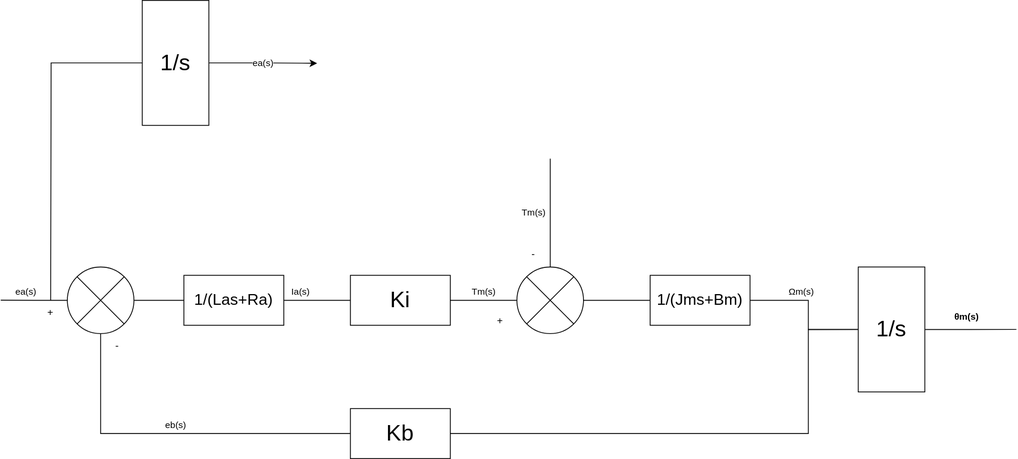
Above: schema_bloc_S5_APP3.svg in cdg66/GE-S5-APP3 (draw.io), before the change. Source tidied: cells renumbered, new cells last; positions are measured from the earlier drawing's top-left corner, leaving out a move shared by most shapes. The source it was exported from:
```xml
<mxGraphModel>
  <root>
    <mxCell id="0" />
    <mxCell id="1" parent="0" />
    <mxCell id="2" style="edgeStyle=orthogonalEdgeStyle;rounded=0;jettySize=auto;html=1;exitX=0;exitY=0.5;exitDx=0;exitDy=0;endArrow=none;endFill=0;" parent="1" edge="1" source="4">
      <mxGeometry relative="1" as="geometry">
        <mxPoint x="60" y="360" as="targetPoint" />
      </mxGeometry>
    </mxCell>
    <mxCell id="3" value="ea(s)" style="edgeStyle=orthogonalEdgeStyle;rounded=0;jettySize=auto;html=1;exitX=1;exitY=0.5;exitDx=0;exitDy=0;" parent="1" edge="1" source="4">
      <mxGeometry relative="1" as="geometry">
        <mxPoint x="380" y="75.5" as="targetPoint" />
      </mxGeometry>
    </mxCell>
    <mxCell id="4" value="&lt;font style=&quot;font-size: 27px;&quot;&gt;1/s&lt;/font&gt;" style="rounded=0;whiteSpace=wrap;html=1;" parent="1" vertex="1">
      <mxGeometry x="170" width="80" height="150" as="geometry" />
    </mxCell>
    <mxCell id="5" style="group;" parent="1" vertex="1">
      <mxGeometry y="190" width="1220" height="360" as="geometry" />
    </mxCell>
    <mxCell id="6" value="&lt;span class=&quot;ILfuVd&quot; lang=&quot;fr&quot;&gt;&lt;/span&gt;&lt;span class=&quot;ILfuVd&quot; lang=&quot;fr&quot;&gt;&lt;/span&gt;&lt;span class=&quot;ILfuVd&quot; lang=&quot;fr&quot;&gt;&lt;span class=&quot;hgKElc&quot;&gt;&lt;b&gt;θm(s)&lt;/b&gt;&lt;/span&gt;&lt;/span&gt;" style="edgeStyle=orthogonalEdgeStyle;rounded=0;jettySize=auto;html=1;endArrow=none;endFill=0;" parent="5" edge="1" source="7">
      <mxGeometry x="-0.09" y="15" relative="1" as="geometry">
        <mxPoint x="1220" y="205" as="targetPoint" />
      </mxGeometry>
    </mxCell>
    <mxCell id="7" value="&lt;font style=&quot;font-size: 27px;&quot;&gt;1/s&lt;/font&gt;" style="rounded=0;whiteSpace=wrap;html=1;" parent="5" vertex="1">
      <mxGeometry x="1030" y="130" width="80" height="150" as="geometry" />
    </mxCell>
    <mxCell id="8" value="&lt;div&gt;ea(s)&lt;/div&gt;" style="edgeStyle=orthogonalEdgeStyle;rounded=0;jettySize=auto;html=1;exitX=0;exitY=0.5;exitDx=0;exitDy=0;endArrow=none;endFill=0;" parent="5" edge="1" source="9">
      <mxGeometry x="0.24" y="-10" relative="1" as="geometry">
        <mxPoint y="169.9" as="targetPoint" />
      </mxGeometry>
    </mxCell>
    <mxCell id="9" style="shape=sumEllipse;perimeter=ellipsePerimeter;whiteSpace=wrap;html=1;backgroundOutline=1;" parent="5" vertex="1">
      <mxGeometry x="80" y="130" width="80" height="80" as="geometry" />
    </mxCell>
    <mxCell id="10" value="&lt;div&gt;eb(s)&lt;/div&gt;" style="edgeStyle=orthogonalEdgeStyle;rounded=0;jettySize=auto;html=1;endArrow=none;endFill=0;" parent="5" edge="1" source="11" target="9">
      <mxGeometry y="-10" relative="1" as="geometry" />
    </mxCell>
    <mxCell id="11" value="&lt;font style=&quot;font-size: 27px;&quot;&gt;Kb&lt;/font&gt;" style="rounded=0;whiteSpace=wrap;html=1;" parent="5" vertex="1">
      <mxGeometry x="420" y="300" width="120" height="60" as="geometry" />
    </mxCell>
    <mxCell id="12" style="edgeStyle=orthogonalEdgeStyle;rounded=0;jettySize=auto;html=1;exitX=0;exitY=0.5;exitDx=0;exitDy=0;entryX=1;entryY=0.5;entryDx=0;entryDy=0;startArrow=none;startFill=0;endArrow=none;endFill=0;" parent="5" edge="1" source="7" target="11">
      <mxGeometry relative="1" as="geometry">
        <Array as="points">
          <mxPoint x="970" y="205" />
          <mxPoint x="970" y="330" />
        </Array>
      </mxGeometry>
    </mxCell>
    <mxCell id="13" value="&lt;font style=&quot;font-size: 27px;&quot;&gt;Ki&lt;/font&gt;" style="rounded=0;whiteSpace=wrap;html=1;" parent="5" vertex="1">
      <mxGeometry x="420" y="140" width="120" height="60" as="geometry" />
    </mxCell>
    <mxCell id="14" value="Tm(s)" style="edgeStyle=orthogonalEdgeStyle;rounded=0;jettySize=auto;html=1;endArrow=none;endFill=0;" parent="5" edge="1" source="15">
      <mxGeometry x="-0.01" y="-20" relative="1" as="geometry">
        <mxPoint x="660" as="targetPoint" />
        <mxPoint x="-20" y="-20" as="offset" />
      </mxGeometry>
    </mxCell>
    <mxCell id="15" style="shape=sumEllipse;perimeter=ellipsePerimeter;whiteSpace=wrap;html=1;backgroundOutline=1;" parent="5" vertex="1">
      <mxGeometry x="620" y="130" width="80" height="80" as="geometry" />
    </mxCell>
    <mxCell id="16" value="Tm(s)" style="edgeStyle=orthogonalEdgeStyle;rounded=0;jettySize=auto;html=1;endArrow=none;endFill=0;" parent="5" edge="1" source="13" target="15">
      <mxGeometry y="10" relative="1" as="geometry" />
    </mxCell>
    <mxCell id="17" value="&lt;span class=&quot;ILfuVd&quot; lang=&quot;fr&quot;&gt;&lt;span class=&quot;hgKElc&quot;&gt;&amp;nbsp;&lt;/span&gt;&lt;/span&gt;&lt;span class=&quot;ILfuVd&quot; lang=&quot;fr&quot;&gt;&lt;span class=&quot;hgKElc&quot;&gt;Ωm(s) &lt;/span&gt;&lt;/span&gt;" style="edgeStyle=orthogonalEdgeStyle;rounded=0;jettySize=auto;html=1;endArrow=none;endFill=0;" parent="5" edge="1" source="18" target="7">
      <mxGeometry x="-0.27" y="10" relative="1" as="geometry">
        <Array as="points">
          <mxPoint x="970" y="170" />
          <mxPoint x="970" y="205" />
        </Array>
      </mxGeometry>
    </mxCell>
    <mxCell id="18" value="&lt;font style=&quot;font-size: 19px;&quot;&gt;1/(Jms+Bm)&lt;/font&gt;" style="rounded=0;whiteSpace=wrap;html=1;" parent="5" vertex="1">
      <mxGeometry x="780" y="140" width="120" height="60" as="geometry" />
    </mxCell>
    <mxCell id="19" style="edgeStyle=orthogonalEdgeStyle;rounded=0;jettySize=auto;html=1;endArrow=none;endFill=0;" parent="5" edge="1" source="15" target="18">
      <mxGeometry relative="1" as="geometry" />
    </mxCell>
    <mxCell id="20" style="edgeStyle=orthogonalEdgeStyle;rounded=0;jettySize=auto;html=1;exitX=0;exitY=0.5;exitDx=0;exitDy=0;endArrow=none;endFill=0;" parent="5" edge="1" source="22" target="9">
      <mxGeometry relative="1" as="geometry" />
    </mxCell>
    <mxCell id="21" value="Ia(s)" style="edgeStyle=orthogonalEdgeStyle;rounded=0;jettySize=auto;html=1;exitX=1;exitY=0.5;exitDx=0;exitDy=0;entryX=0;entryY=0.5;entryDx=0;entryDy=0;endArrow=none;endFill=0;" parent="5" edge="1" source="22" target="13">
      <mxGeometry x="-0.5" y="10" relative="1" as="geometry" />
    </mxCell>
    <mxCell id="22" value="&lt;font style=&quot;font-size: 19px;&quot;&gt;1/(Las+Ra)&lt;/font&gt;" style="rounded=0;whiteSpace=wrap;html=1;" parent="5" vertex="1">
      <mxGeometry x="220" y="140" width="120" height="60" as="geometry" />
    </mxCell>
    <mxCell id="23" value="+" style="text;html=1;strokeColor=none;fillColor=none;align=center;verticalAlign=middle;whiteSpace=wrap;rounded=0;" parent="5" vertex="1">
      <mxGeometry x="30" y="170" width="60" height="30" as="geometry" />
    </mxCell>
    <mxCell id="24" value="-" style="text;html=1;strokeColor=none;fillColor=none;align=center;verticalAlign=middle;whiteSpace=wrap;rounded=0;" parent="5" vertex="1">
      <mxGeometry x="110" y="210" width="60" height="30" as="geometry" />
    </mxCell>
    <mxCell id="25" value="+" style="text;html=1;strokeColor=none;fillColor=none;align=center;verticalAlign=middle;whiteSpace=wrap;rounded=0;" parent="5" vertex="1">
      <mxGeometry x="570" y="180" width="60" height="30" as="geometry" />
    </mxCell>
    <mxCell id="26" value="-" style="text;html=1;strokeColor=none;fillColor=none;align=center;verticalAlign=middle;whiteSpace=wrap;rounded=0;" parent="5" vertex="1">
      <mxGeometry x="610" y="100" width="60" height="30" as="geometry" />
    </mxCell>
  </root>
</mxGraphModel>
```
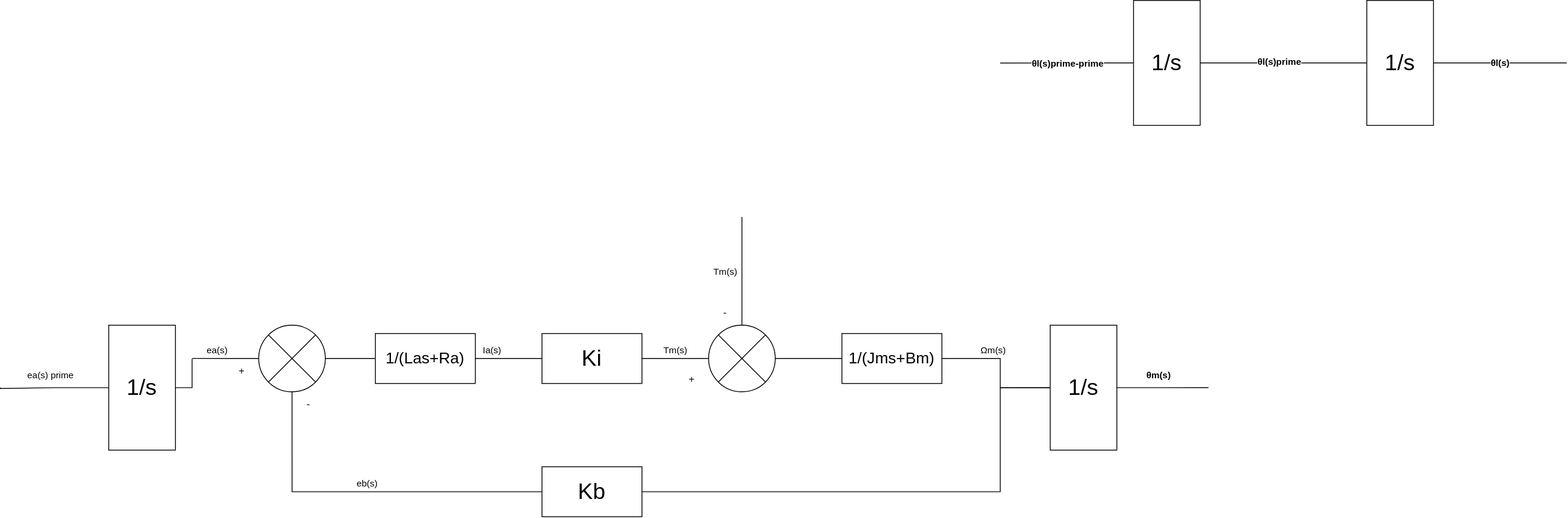
After the commit.

Diff of the diagram source:
```diff
@@ -2,21 +2,25 @@
   <root>
     <mxCell id="0" />
     <mxCell id="1" parent="0" />
-    <mxCell id="2" style="edgeStyle=orthogonalEdgeStyle;rounded=0;jettySize=auto;html=1;exitX=0;exitY=0.5;exitDx=0;exitDy=0;endArrow=none;endFill=0;" parent="1" edge="1" source="4">
-      <mxGeometry relative="1" as="geometry">
-        <mxPoint x="60" y="360" as="targetPoint" />
-      </mxGeometry>
-    </mxCell>
-    <mxCell id="3" value="ea(s)" style="edgeStyle=orthogonalEdgeStyle;rounded=0;jettySize=auto;html=1;exitX=1;exitY=0.5;exitDx=0;exitDy=0;" parent="1" edge="1" source="4">
-      <mxGeometry relative="1" as="geometry">
-        <mxPoint x="380" y="75.5" as="targetPoint" />
-      </mxGeometry>
-    </mxCell>
+    <mxCell id="27" style="edgeStyle=orthogonalEdgeStyle;rounded=0;jettySize=auto;html=1;endArrow=none;endFill=0;" parent="1" edge="1" source="4">
+      <mxGeometry relative="1" as="geometry">
+        <mxPoint x="240" y="400" as="targetPoint" />
+      </mxGeometry>
+    </mxCell>
+    <mxCell id="28" value="ea(s) prime" style="edgeStyle=orthogonalEdgeStyle;rounded=0;jettySize=auto;html=1;endArrow=none;endFill=0;" parent="1" edge="1" source="4">
+      <mxGeometry x="0.07" y="-15" relative="1" as="geometry">
+        <mxPoint x="10" y="435" as="targetPoint" />
+        <Array as="points">
+          <mxPoint x="75" y="435" />
+          <mxPoint x="10" y="436" />
+        </Array>
+      </mxGeometry>
+    </mxCell>
     <mxCell id="4" value="&lt;font style=&quot;font-size: 27px;&quot;&gt;1/s&lt;/font&gt;" style="rounded=0;whiteSpace=wrap;html=1;" parent="1" vertex="1">
-      <mxGeometry x="170" width="80" height="150" as="geometry" />
+      <mxGeometry x="140" y="360" width="80" height="150" as="geometry" />
     </mxCell>
     <mxCell id="5" style="group;" parent="1" vertex="1">
-      <mxGeometry y="190" width="1220" height="360" as="geometry" />
+      <mxGeometry x="240" y="230" width="1220" height="360" as="geometry" />
     </mxCell>
     <mxCell id="6" value="&lt;span class=&quot;ILfuVd&quot; lang=&quot;fr&quot;&gt;&lt;/span&gt;&lt;span class=&quot;ILfuVd&quot; lang=&quot;fr&quot;&gt;&lt;/span&gt;&lt;span class=&quot;ILfuVd&quot; lang=&quot;fr&quot;&gt;&lt;span class=&quot;hgKElc&quot;&gt;&lt;b&gt;θm(s)&lt;/b&gt;&lt;/span&gt;&lt;/span&gt;" style="edgeStyle=orthogonalEdgeStyle;rounded=0;jettySize=auto;html=1;endArrow=none;endFill=0;" parent="5" edge="1" source="7">
       <mxGeometry x="-0.09" y="15" relative="1" as="geometry">
@@ -98,5 +102,27 @@
     <mxCell id="26" value="-" style="text;html=1;strokeColor=none;fillColor=none;align=center;verticalAlign=middle;whiteSpace=wrap;rounded=0;" parent="5" vertex="1">
       <mxGeometry x="610" y="100" width="60" height="30" as="geometry" />
     </mxCell>
+    <mxCell id="29" style="edgeStyle=orthogonalEdgeStyle;rounded=0;jettySize=auto;html=1;entryX=0;entryY=0.5;entryDx=0;entryDy=0;endArrow=none;endFill=0;" parent="1" edge="1" source="32" target="34">
+      <mxGeometry relative="1" as="geometry" />
+    </mxCell>
+    <mxCell id="30" value="&lt;span class=&quot;ILfuVd&quot; lang=&quot;fr&quot;&gt;&lt;/span&gt;&lt;span class=&quot;ILfuVd&quot; lang=&quot;fr&quot;&gt;&lt;/span&gt;&lt;span class=&quot;ILfuVd&quot; lang=&quot;fr&quot;&gt;&lt;span class=&quot;hgKElc&quot;&gt;&lt;b&gt;θl(s)prime&lt;/b&gt;&lt;/span&gt;&lt;/span&gt;" style="edgeLabel;html=1;align=center;verticalAlign=middle;" parent="29" vertex="1">
+      <mxGeometry x="-0.06" y="1" relative="1" as="geometry" />
+    </mxCell>
+    <mxCell id="31" value="&lt;span class=&quot;ILfuVd&quot; lang=&quot;fr&quot;&gt;&lt;/span&gt;&lt;span class=&quot;ILfuVd&quot; lang=&quot;fr&quot;&gt;&lt;/span&gt;&lt;span class=&quot;ILfuVd&quot; lang=&quot;fr&quot;&gt;&lt;span class=&quot;hgKElc&quot;&gt;&lt;b&gt;θl(s)prime-prime&lt;/b&gt;&lt;/span&gt;&lt;/span&gt;" style="edgeStyle=orthogonalEdgeStyle;rounded=0;jettySize=auto;html=1;exitX=0;exitY=0.5;exitDx=0;exitDy=0;endArrow=none;endFill=0;" parent="1" edge="1" source="32">
+      <mxGeometry relative="1" as="geometry">
+        <mxPoint x="1210" y="45.1" as="targetPoint" />
+      </mxGeometry>
+    </mxCell>
+    <mxCell id="32" value="&lt;font style=&quot;font-size: 27px;&quot;&gt;1/s&lt;/font&gt;" style="rounded=0;whiteSpace=wrap;html=1;" parent="1" vertex="1">
+      <mxGeometry x="1370" y="-30" width="80" height="150" as="geometry" />
+    </mxCell>
+    <mxCell id="33" value="&lt;span class=&quot;ILfuVd&quot; lang=&quot;fr&quot;&gt;&lt;/span&gt;&lt;span class=&quot;ILfuVd&quot; lang=&quot;fr&quot;&gt;&lt;/span&gt;&lt;span class=&quot;ILfuVd&quot; lang=&quot;fr&quot;&gt;&lt;/span&gt;&lt;span class=&quot;ILfuVd&quot; lang=&quot;fr&quot;&gt;&lt;span class=&quot;hgKElc&quot;&gt;&lt;b&gt;θl(s)&lt;/b&gt;&lt;/span&gt;&lt;/span&gt;" style="edgeStyle=orthogonalEdgeStyle;rounded=0;jettySize=auto;html=1;endArrow=none;endFill=0;" parent="1" edge="1" source="34">
+      <mxGeometry relative="1" as="geometry">
+        <mxPoint x="1890" y="45" as="targetPoint" />
+      </mxGeometry>
+    </mxCell>
+    <mxCell id="34" value="&lt;font style=&quot;font-size: 27px;&quot;&gt;1/s&lt;/font&gt;" style="rounded=0;whiteSpace=wrap;html=1;" parent="1" vertex="1">
+      <mxGeometry x="1650" y="-30" width="80" height="150" as="geometry" />
+    </mxCell>
   </root>
 </mxGraphModel>
```
